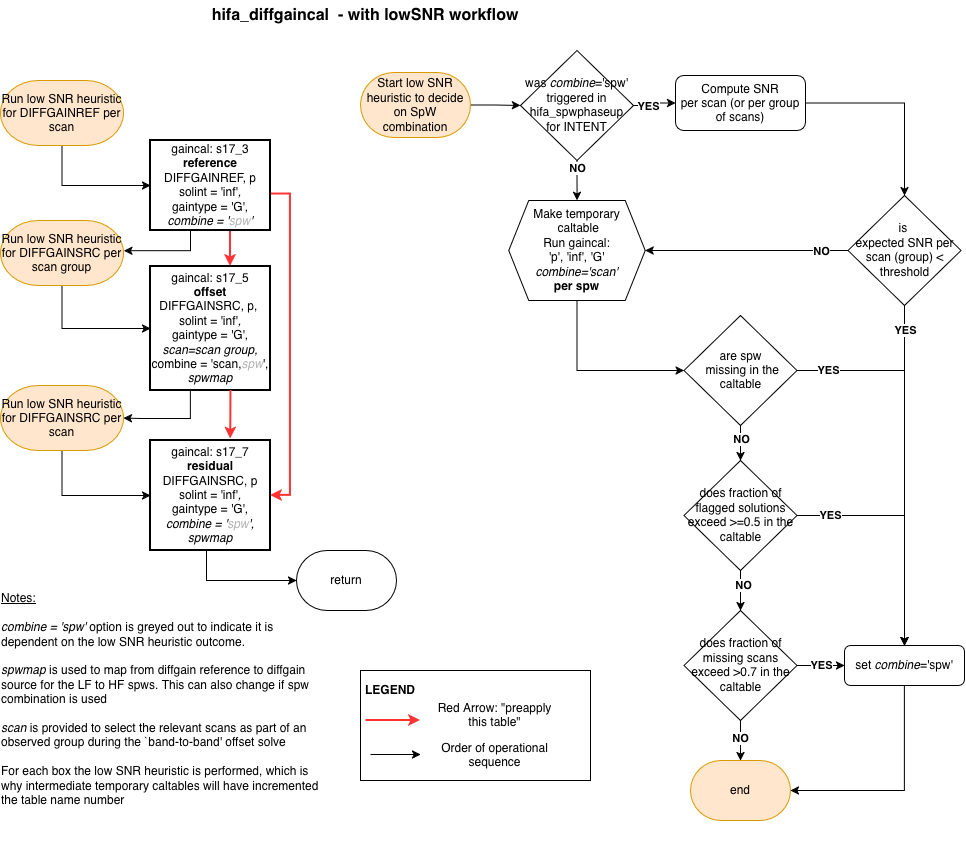
Before: docs/source/figures/PL2027_hifa_diffgaincal_incHeuristic_lowSNR.png, a diagram exported from draw.io (ra-pipeline/pipeline). Source tidied: cells renumbered, new cells last; positions are measured from the earlier drawing's top-left corner, leaving out a move shared by most shapes. The source it was exported from:
```xml
<mxGraphModel>
  <root>
    <mxCell id="0" />
    <mxCell id="1" parent="0" />
    <mxCell id="2" style="edgeStyle=orthogonalEdgeStyle;rounded=0;jettySize=auto;html=1;entryX=1;entryY=0.5;entryDx=0;entryDy=0;exitX=0.992;exitY=0.596;exitDx=0;exitDy=0;exitPerimeter=0;strokeWidth=2;strokeColor=#FF3333;" parent="1" edge="1" source="5" target="44">
      <mxGeometry relative="1" as="geometry" />
    </mxCell>
    <mxCell id="3" style="edgeStyle=orthogonalEdgeStyle;rounded=0;jettySize=auto;html=1;entryX=1.003;entryY=0.464;entryDx=0;entryDy=0;entryPerimeter=0;" parent="1" edge="1" source="5" target="50">
      <mxGeometry relative="1" as="geometry">
        <Array as="points">
          <mxPoint x="190" y="250" />
        </Array>
      </mxGeometry>
    </mxCell>
    <mxCell id="4" style="edgeStyle=orthogonalEdgeStyle;rounded=0;jettySize=auto;html=1;strokeWidth=2;strokeColor=#FF3333;" parent="1" edge="1" source="5" target="42">
      <mxGeometry relative="1" as="geometry">
        <Array as="points">
          <mxPoint x="230" y="250" />
          <mxPoint x="230" y="250" />
        </Array>
      </mxGeometry>
    </mxCell>
    <mxCell id="5" value="&lt;div&gt;gaincal: s17_3&lt;/div&gt;&lt;div&gt;&lt;b&gt;reference&lt;/b&gt;&lt;br&gt;&lt;/div&gt;&lt;div&gt;DIFFGAINREF, p&lt;/div&gt;&lt;div&gt;solint&lt;i&gt; &lt;/i&gt;= 'inf'&lt;i&gt;, &lt;br&gt;&lt;/i&gt;&lt;/div&gt;&lt;div&gt;gaintype&lt;i&gt; &lt;/i&gt;= 'G',&lt;/div&gt;&lt;div&gt;&lt;i&gt;combine = '&lt;span style=&quot;color: rgb(179, 179, 179);&quot;&gt;spw&lt;/span&gt;' &lt;/i&gt;&lt;/div&gt;" style="rounded=0;whiteSpace=wrap;html=1;strokeWidth=2;" parent="1" vertex="1">
      <mxGeometry x="150" y="140" width="120" height="90" as="geometry" />
    </mxCell>
    <mxCell id="6" value="return" style="strokeWidth=1;html=1;shape=mxgraph.flowchart.terminator;whiteSpace=wrap;" parent="1" vertex="1">
      <mxGeometry x="296" y="550" width="100" height="60" as="geometry" />
    </mxCell>
    <mxCell id="7" style="edgeStyle=orthogonalEdgeStyle;rounded=0;jettySize=auto;html=1;entryX=0;entryY=0.5;entryDx=0;entryDy=0;entryPerimeter=0;" parent="1" edge="1" target="6">
      <mxGeometry relative="1" as="geometry">
        <mxPoint x="206" y="550" as="sourcePoint" />
        <Array as="points">
          <mxPoint x="206" y="580" />
        </Array>
      </mxGeometry>
    </mxCell>
    <mxCell id="8" value="&lt;div align=&quot;left&quot;&gt;&lt;u&gt;Notes:&lt;/u&gt;&lt;/div&gt;&lt;div&gt;&lt;u&gt;&lt;br&gt;&lt;/u&gt;&lt;/div&gt;&lt;div align=&quot;left&quot;&gt;&lt;i&gt;combine = 'spw'&lt;/i&gt; option is greyed out to indicate it is dependent on the low SNR heuristic outcome.&lt;/div&gt;&lt;div align=&quot;left&quot;&gt;&lt;br&gt;&lt;/div&gt;&lt;div align=&quot;left&quot;&gt;&lt;i&gt;spwmap&lt;/i&gt; is used to map from diffgain reference to diffgain source for the LF to HF spws. This can also change if spw combination is used&lt;br&gt;&lt;/div&gt;&lt;div align=&quot;left&quot;&gt;&lt;br&gt;&lt;/div&gt;&lt;div align=&quot;left&quot;&gt;&lt;i&gt;scan &lt;/i&gt;is provided to select the relevant scans as part of an observed group during the `band-to-band' offset solve&lt;/div&gt;&lt;div align=&quot;left&quot;&gt;&lt;br&gt;&lt;/div&gt;&lt;div align=&quot;left&quot;&gt;For each box the low SNR heuristic is performed, which is why intermediate temporary caltables will have incremented the table name number&lt;div align=&quot;left&quot;&gt;&lt;i&gt;&lt;br&gt;&lt;/i&gt;&lt;/div&gt;&lt;div align=&quot;left&quot;&gt;&lt;br&gt;&lt;/div&gt;&lt;div align=&quot;left&quot;&gt;&lt;br&gt;&lt;/div&gt;&lt;div align=&quot;left&quot;&gt;&lt;br&gt;&lt;/div&gt;&lt;/div&gt;" style="text;html=1;align=center;verticalAlign=middle;whiteSpace=wrap;rounded=0;" parent="1" vertex="1">
      <mxGeometry y="635" width="330" height="185" as="geometry" />
    </mxCell>
    <mxCell id="9" style="edgeStyle=orthogonalEdgeStyle;rounded=0;jettySize=auto;html=1;" parent="1" edge="1" source="13" target="17">
      <mxGeometry relative="1" as="geometry" />
    </mxCell>
    <mxCell id="10" value="&lt;b&gt;YES&lt;/b&gt;" style="edgeLabel;html=1;align=center;verticalAlign=middle;" parent="9" vertex="1">
      <mxGeometry x="-0.22" y="-3" relative="1" as="geometry">
        <mxPoint x="-3" y="-3" as="offset" />
      </mxGeometry>
    </mxCell>
    <mxCell id="11" style="edgeStyle=orthogonalEdgeStyle;rounded=0;jettySize=auto;html=1;" parent="1" edge="1" source="13" target="24">
      <mxGeometry relative="1" as="geometry" />
    </mxCell>
    <mxCell id="12" value="&lt;b&gt;NO&lt;/b&gt;" style="edgeLabel;html=1;align=center;verticalAlign=middle;" parent="11" vertex="1">
      <mxGeometry x="-0.64" relative="1" as="geometry" />
    </mxCell>
    <mxCell id="13" value="&lt;div&gt;was &lt;i&gt;combine&lt;/i&gt;='spw' triggered in hifa_spwphaseup&lt;/div&gt;&lt;div&gt;for INTENT&lt;br&gt;&lt;/div&gt;" style="rhombus;whiteSpace=wrap;html=1;" parent="1" vertex="1">
      <mxGeometry x="520" y="50" width="113" height="110" as="geometry" />
    </mxCell>
    <mxCell id="14" style="edgeStyle=orthogonalEdgeStyle;rounded=0;jettySize=auto;html=1;" parent="1" edge="1" source="15" target="13">
      <mxGeometry relative="1" as="geometry" />
    </mxCell>
    <mxCell id="15" value="Start low SNR heuristic to decide on SpW combination" style="strokeWidth=1;html=1;shape=mxgraph.flowchart.terminator;whiteSpace=wrap;fillColor=#ffe6cc;strokeColor=#d79b00;" parent="1" vertex="1">
      <mxGeometry x="360" y="72" width="110" height="65" as="geometry" />
    </mxCell>
    <mxCell id="16" style="edgeStyle=orthogonalEdgeStyle;rounded=0;jettySize=auto;html=1;" parent="1" edge="1" source="17" target="22">
      <mxGeometry relative="1" as="geometry" />
    </mxCell>
    <mxCell id="17" value="&lt;div&gt;Compute SNR &lt;br&gt;&lt;/div&gt;&lt;div&gt;per scan (or per group of scans)&lt;br&gt;&lt;/div&gt;" style="rounded=1;whiteSpace=wrap;html=1;fontSize=12;glass=0;strokeWidth=1;shadow=0;" parent="1" vertex="1">
      <mxGeometry x="675" y="75" width="130" height="55" as="geometry" />
    </mxCell>
    <mxCell id="18" style="edgeStyle=orthogonalEdgeStyle;rounded=0;jettySize=auto;html=1;" parent="1" edge="1" source="22" target="24">
      <mxGeometry relative="1" as="geometry" />
    </mxCell>
    <mxCell id="19" value="&lt;b&gt;NO&lt;/b&gt;" style="edgeLabel;html=1;align=center;verticalAlign=middle;" parent="18" vertex="1">
      <mxGeometry x="-0.65" y="3" relative="1" as="geometry">
        <mxPoint x="8" y="-3" as="offset" />
      </mxGeometry>
    </mxCell>
    <mxCell id="20" style="edgeStyle=orthogonalEdgeStyle;rounded=0;jettySize=auto;html=1;" parent="1" edge="1" source="22" target="25">
      <mxGeometry relative="1" as="geometry" />
    </mxCell>
    <mxCell id="21" value="&lt;b&gt;YES&lt;/b&gt;" style="edgeLabel;html=1;align=center;verticalAlign=middle;" parent="20" vertex="1">
      <mxGeometry x="-0.86" relative="1" as="geometry" />
    </mxCell>
    <mxCell id="22" value="&lt;div&gt;is&amp;nbsp;&lt;/div&gt;&lt;div&gt;expected SNR per scan (group) &amp;lt; threshold&lt;/div&gt;" style="rhombus;whiteSpace=wrap;html=1;" parent="1" vertex="1">
      <mxGeometry x="847.5" y="195" width="113" height="110" as="geometry" />
    </mxCell>
    <mxCell id="23" style="edgeStyle=orthogonalEdgeStyle;rounded=0;jettySize=auto;html=1;exitX=0.5;exitY=1;exitDx=0;exitDy=0;entryX=0;entryY=0.5;entryDx=0;entryDy=0;" parent="1" edge="1" source="24" target="30">
      <mxGeometry relative="1" as="geometry" />
    </mxCell>
    <mxCell id="24" value="&lt;div&gt;Make temporary&lt;/div&gt;&lt;div&gt;&amp;nbsp;caltable&lt;br&gt;&lt;/div&gt;&lt;div&gt;Run gaincal:&lt;/div&gt;&lt;div&gt;'p', 'inf', 'G'&lt;/div&gt;&lt;div&gt;&lt;i&gt;combine='scan'&lt;/i&gt;&lt;br&gt;&lt;/div&gt;&lt;div&gt;&lt;b&gt;per spw&lt;/b&gt;&lt;br&gt;&lt;/div&gt;" style="shape=hexagon;perimeter=hexagonPerimeter2;whiteSpace=wrap;html=1;fixedSize=1;" parent="1" vertex="1">
      <mxGeometry x="508.2" y="200" width="136.5" height="100" as="geometry" />
    </mxCell>
    <mxCell id="25" value="set &lt;i&gt;combine&lt;/i&gt;='spw'" style="rounded=1;whiteSpace=wrap;html=1;fontSize=12;glass=0;strokeWidth=1;shadow=0;" parent="1" vertex="1">
      <mxGeometry x="844" y="645" width="120" height="40" as="geometry" />
    </mxCell>
    <mxCell id="26" style="edgeStyle=orthogonalEdgeStyle;rounded=0;jettySize=auto;html=1;" parent="1" edge="1" source="30" target="35">
      <mxGeometry relative="1" as="geometry" />
    </mxCell>
    <mxCell id="27" value="&lt;b&gt;NO&lt;/b&gt;" style="edgeLabel;html=1;align=center;verticalAlign=middle;" parent="26" vertex="1">
      <mxGeometry x="-0.42" relative="1" as="geometry" />
    </mxCell>
    <mxCell id="28" style="edgeStyle=orthogonalEdgeStyle;rounded=0;jettySize=auto;html=1;entryX=0.5;entryY=0;entryDx=0;entryDy=0;" parent="1" edge="1" source="30" target="25">
      <mxGeometry relative="1" as="geometry">
        <Array as="points">
          <mxPoint x="904" y="370" />
        </Array>
      </mxGeometry>
    </mxCell>
    <mxCell id="29" value="&lt;b&gt;YES&lt;/b&gt;" style="edgeLabel;html=1;align=center;verticalAlign=middle;" parent="28" vertex="1">
      <mxGeometry x="-0.84" y="1" relative="1" as="geometry" />
    </mxCell>
    <mxCell id="30" value="&lt;div&gt;are spw&lt;/div&gt;&lt;div&gt;&amp;nbsp;missing in the caltable&lt;/div&gt;" style="rhombus;whiteSpace=wrap;html=1;" parent="1" vertex="1">
      <mxGeometry x="683.5" y="315" width="113" height="110" as="geometry" />
    </mxCell>
    <mxCell id="31" style="edgeStyle=orthogonalEdgeStyle;rounded=0;jettySize=auto;html=1;" parent="1" edge="1" source="35" target="39">
      <mxGeometry relative="1" as="geometry" />
    </mxCell>
    <mxCell id="32" value="&lt;b&gt;NO&lt;/b&gt;" style="edgeLabel;html=1;align=center;verticalAlign=middle;" parent="31" vertex="1">
      <mxGeometry x="-0.31" y="2" relative="1" as="geometry" />
    </mxCell>
    <mxCell id="33" style="edgeStyle=orthogonalEdgeStyle;rounded=0;jettySize=auto;html=1;entryX=0.5;entryY=0;entryDx=0;entryDy=0;" parent="1" edge="1" source="35" target="25">
      <mxGeometry relative="1" as="geometry">
        <Array as="points">
          <mxPoint x="904" y="515" />
        </Array>
      </mxGeometry>
    </mxCell>
    <mxCell id="34" value="&lt;b&gt;YES&lt;/b&gt;" style="edgeLabel;html=1;align=center;verticalAlign=middle;" parent="33" vertex="1">
      <mxGeometry x="-0.72" y="1" relative="1" as="geometry" />
    </mxCell>
    <mxCell id="35" value="does fraction of flagged solutions exceed &amp;gt;=0.5 in the caltable" style="rhombus;whiteSpace=wrap;html=1;" parent="1" vertex="1">
      <mxGeometry x="683.5" y="460" width="113" height="110" as="geometry" />
    </mxCell>
    <mxCell id="36" value="&lt;b&gt;YES&lt;/b&gt;" style="edgeStyle=orthogonalEdgeStyle;rounded=0;jettySize=auto;html=1;" parent="1" edge="1" source="39" target="25">
      <mxGeometry relative="1" as="geometry" />
    </mxCell>
    <mxCell id="37" style="edgeStyle=orthogonalEdgeStyle;rounded=0;jettySize=auto;html=1;" parent="1" edge="1" source="39" target="40">
      <mxGeometry relative="1" as="geometry" />
    </mxCell>
    <mxCell id="38" value="&lt;b&gt;NO&lt;/b&gt;" style="edgeLabel;html=1;align=center;verticalAlign=middle;" parent="37" vertex="1">
      <mxGeometry x="-0.16" y="-1" relative="1" as="geometry" />
    </mxCell>
    <mxCell id="39" value="does fraction of missing scans exceed &amp;gt;0.7 in the caltable" style="rhombus;whiteSpace=wrap;html=1;" parent="1" vertex="1">
      <mxGeometry x="683.5" y="610" width="113" height="110" as="geometry" />
    </mxCell>
    <mxCell id="40" value="end" style="strokeWidth=1;html=1;shape=mxgraph.flowchart.terminator;whiteSpace=wrap;fillColor=#ffe6cc;strokeColor=#d79b00;" parent="1" vertex="1">
      <mxGeometry x="690" y="760" width="100" height="60" as="geometry" />
    </mxCell>
    <mxCell id="41" style="edgeStyle=orthogonalEdgeStyle;rounded=0;jettySize=auto;html=1;entryX=1;entryY=0.5;entryDx=0;entryDy=0;entryPerimeter=0;" parent="1" edge="1" source="25" target="40">
      <mxGeometry relative="1" as="geometry">
        <Array as="points">
          <mxPoint x="904" y="790" />
        </Array>
      </mxGeometry>
    </mxCell>
    <mxCell id="42" value="&lt;div&gt;gaincal: s17_5&lt;/div&gt;&lt;div&gt;&lt;b&gt;offset&lt;/b&gt;&lt;br&gt;&lt;/div&gt;&lt;div&gt;DIFFGAINSRC, p,&amp;nbsp; solint&lt;i&gt; &lt;/i&gt;= 'inf'&lt;i&gt;, &lt;br&gt;&lt;/i&gt;&lt;/div&gt;&lt;div&gt;gaintype&lt;i&gt; &lt;/i&gt;= 'G',&lt;i&gt; scan=scan group,&lt;/i&gt;&lt;br&gt;&lt;/div&gt;&lt;div&gt;combine = 'scan,&lt;i&gt;&lt;span style=&quot;color: rgb(179, 179, 179);&quot;&gt;spw&lt;/span&gt;&lt;/i&gt;',&lt;/div&gt;&lt;div&gt;&lt;i&gt;spwmap&lt;/i&gt;&lt;br&gt;&lt;i&gt; &lt;/i&gt;&lt;/div&gt;" style="rounded=0;whiteSpace=wrap;html=1;strokeWidth=2;" parent="1" vertex="1">
      <mxGeometry x="150" y="266" width="120" height="124" as="geometry" />
    </mxCell>
    <mxCell id="43" style="edgeStyle=orthogonalEdgeStyle;rounded=0;orthogonalLoop=1;jettySize=auto;html=1;exitX=0.5;exitY=1;exitDx=0;exitDy=0;exitPerimeter=0;" parent="1" edge="1">
      <mxGeometry relative="1" as="geometry">
        <mxPoint x="105" y="590" as="sourcePoint" />
        <mxPoint x="105" y="590" as="targetPoint" />
      </mxGeometry>
    </mxCell>
    <mxCell id="44" value="&lt;div&gt;gaincal: s17_7&lt;/div&gt;&lt;div&gt;&lt;b&gt;residual&lt;/b&gt;&lt;br&gt;&lt;/div&gt;&lt;div&gt;DIFFGAINSRC, p&lt;/div&gt;&lt;div&gt;solint&lt;i&gt; &lt;/i&gt;= 'inf'&lt;i&gt;, &lt;br&gt;&lt;/i&gt;&lt;/div&gt;&lt;div&gt;gaintype&lt;i&gt; &lt;/i&gt;= 'G',&lt;/div&gt;&lt;div&gt;&lt;i&gt;combine = '&lt;span style=&quot;color: rgb(179, 179, 179);&quot;&gt;spw&lt;/span&gt;',&lt;/i&gt;&lt;/div&gt;&lt;div&gt;&lt;i&gt;spwmap&lt;/i&gt;&lt;br&gt;&lt;/div&gt;" style="rounded=0;whiteSpace=wrap;html=1;strokeWidth=2;" parent="1" vertex="1">
      <mxGeometry x="150" y="440" width="120" height="110" as="geometry" />
    </mxCell>
    <mxCell id="45" style="edgeStyle=orthogonalEdgeStyle;rounded=0;jettySize=auto;html=1;entryX=1;entryY=0.5;entryDx=0;entryDy=0;entryPerimeter=0;" parent="1" edge="1" target="52">
      <mxGeometry relative="1" as="geometry">
        <mxPoint x="190" y="390" as="sourcePoint" />
        <Array as="points">
          <mxPoint x="190" y="418" />
          <mxPoint x="140" y="418" />
        </Array>
      </mxGeometry>
    </mxCell>
    <mxCell id="46" style="edgeStyle=orthogonalEdgeStyle;rounded=0;jettySize=auto;html=1;strokeWidth=2;strokeColor=#FF3333;entryX=0.669;entryY=-0.033;entryDx=0;entryDy=0;entryPerimeter=0;exitX=0.671;exitY=1;exitDx=0;exitDy=0;exitPerimeter=0;" parent="1" edge="1" source="42">
      <mxGeometry relative="1" as="geometry">
        <mxPoint x="230.3" y="438.6" as="targetPoint" />
      </mxGeometry>
    </mxCell>
    <mxCell id="47" style="edgeStyle=orthogonalEdgeStyle;rounded=0;jettySize=auto;html=1;entryX=0;entryY=0.5;entryDx=0;entryDy=0;exitX=0.5;exitY=1;exitDx=0;exitDy=0;exitPerimeter=0;" parent="1" edge="1" source="48" target="5">
      <mxGeometry relative="1" as="geometry" />
    </mxCell>
    <mxCell id="48" value="Run low SNR heuristic for DIFFGAINREF per scan" style="strokeWidth=1;html=1;shape=mxgraph.flowchart.terminator;whiteSpace=wrap;fillColor=#ffe6cc;strokeColor=#d79b00;" parent="1" vertex="1">
      <mxGeometry y="80" width="123" height="65" as="geometry" />
    </mxCell>
    <mxCell id="49" style="edgeStyle=orthogonalEdgeStyle;rounded=0;jettySize=auto;html=1;entryX=0;entryY=0.5;entryDx=0;entryDy=0;exitX=0.5;exitY=1;exitDx=0;exitDy=0;exitPerimeter=0;" parent="1" edge="1" source="50" target="42">
      <mxGeometry relative="1" as="geometry" />
    </mxCell>
    <mxCell id="50" value="Run low SNR heuristic for DIFFGAINSRC per scan group" style="strokeWidth=1;html=1;shape=mxgraph.flowchart.terminator;whiteSpace=wrap;fillColor=#ffe6cc;strokeColor=#d79b00;" parent="1" vertex="1">
      <mxGeometry y="220" width="123" height="65" as="geometry" />
    </mxCell>
    <mxCell id="51" style="edgeStyle=orthogonalEdgeStyle;rounded=0;jettySize=auto;html=1;entryX=0;entryY=0.5;entryDx=0;entryDy=0;exitX=0.5;exitY=1;exitDx=0;exitDy=0;exitPerimeter=0;" parent="1" edge="1" source="52" target="44">
      <mxGeometry relative="1" as="geometry" />
    </mxCell>
    <mxCell id="52" value="Run low SNR heuristic for DIFFGAINSRC per scan" style="strokeWidth=1;html=1;shape=mxgraph.flowchart.terminator;whiteSpace=wrap;fillColor=#ffe6cc;strokeColor=#d79b00;" parent="1" vertex="1">
      <mxGeometry y="385" width="123" height="65" as="geometry" />
    </mxCell>
    <mxCell id="53" style="group;" parent="1" vertex="1">
      <mxGeometry x="360" y="670" width="230" height="110" as="geometry" />
    </mxCell>
    <mxCell id="54" style="rounded=0;whiteSpace=wrap;html=1;" parent="53" vertex="1">
      <mxGeometry width="230" height="110" as="geometry" />
    </mxCell>
    <mxCell id="55" value="&lt;b&gt;LEGEND&lt;/b&gt;" style="text;html=1;align=center;verticalAlign=middle;whiteSpace=wrap;rounded=0;" parent="53" vertex="1">
      <mxGeometry y="5" width="60" height="30" as="geometry" />
    </mxCell>
    <mxCell id="56" style="edgeStyle=orthogonalEdgeStyle;rounded=0;orthogonalLoop=1;jettySize=auto;html=1;exitX=1.017;exitY=0.39;exitDx=0;exitDy=0;exitPerimeter=0;strokeWidth=2;strokeColor=#FF3333;" parent="53" edge="1">
      <mxGeometry relative="1" as="geometry">
        <mxPoint x="5.5" y="50" as="sourcePoint" />
        <mxPoint x="60" y="50" as="targetPoint" />
      </mxGeometry>
    </mxCell>
    <mxCell id="57" style="edgeStyle=orthogonalEdgeStyle;rounded=0;orthogonalLoop=1;jettySize=auto;html=1;" parent="53" edge="1">
      <mxGeometry relative="1" as="geometry">
        <mxPoint x="10" y="84" as="sourcePoint" />
        <mxPoint x="60" y="84" as="targetPoint" />
        <Array as="points">
          <mxPoint x="10" y="84" />
        </Array>
      </mxGeometry>
    </mxCell>
    <mxCell id="58" value="Red Arrow: &quot;preapply this table&quot;" style="text;html=1;align=center;verticalAlign=middle;whiteSpace=wrap;rounded=0;" parent="53" vertex="1">
      <mxGeometry x="72" y="30" width="125" height="30" as="geometry" />
    </mxCell>
    <mxCell id="59" value="Order of operational sequence" style="text;html=1;align=center;verticalAlign=middle;whiteSpace=wrap;rounded=0;" parent="53" vertex="1">
      <mxGeometry x="72" y="70" width="125" height="30" as="geometry" />
    </mxCell>
    <mxCell id="60" value="&lt;b&gt;&lt;font style=&quot;font-size: 16px;&quot;&gt;hifa_diffgaincal&amp;nbsp; - with lowSNR workflow&lt;/font&gt;&lt;/b&gt;" style="text;html=1;align=center;verticalAlign=middle;whiteSpace=wrap;rounded=0;" parent="1" vertex="1">
      <mxGeometry x="110" width="510" height="30" as="geometry" />
    </mxCell>
  </root>
</mxGraphModel>
```
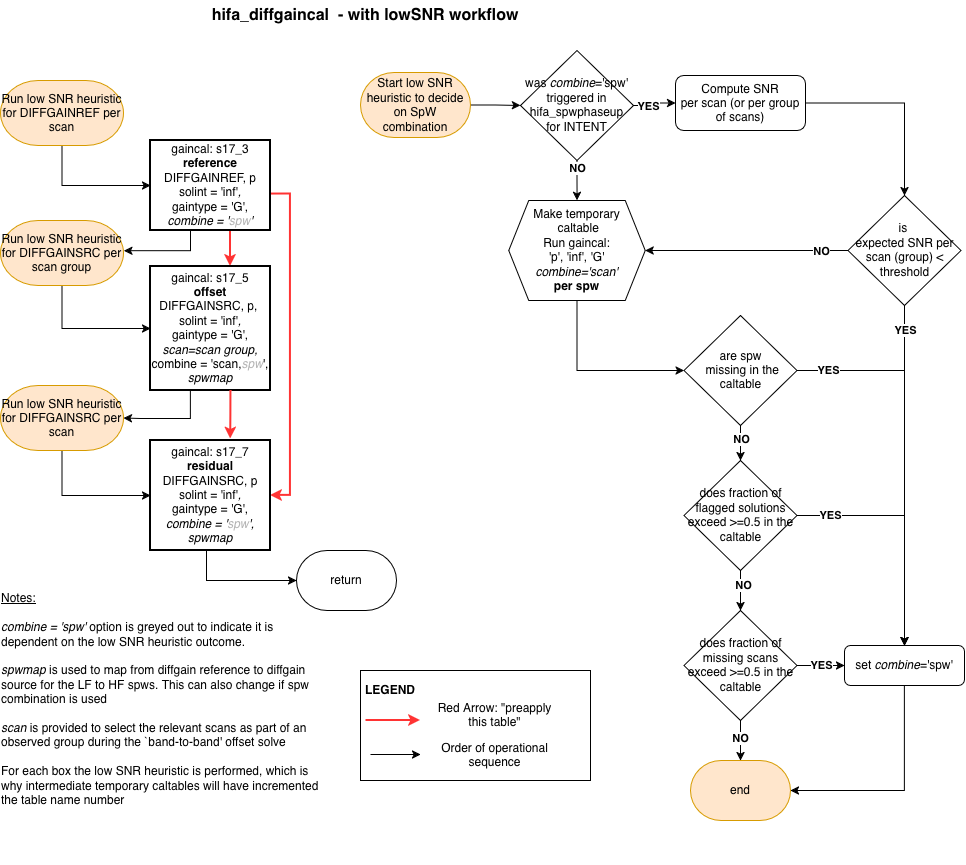
The same diagram one commit later.

Commit message:
PIPE-3301 correct figure change

Diff of the diagram source:
```diff
@@ -139,7 +139,7 @@
     <mxCell id="38" value="&lt;b&gt;NO&lt;/b&gt;" style="edgeLabel;html=1;align=center;verticalAlign=middle;" parent="37" vertex="1">
       <mxGeometry x="-0.16" y="-1" relative="1" as="geometry" />
     </mxCell>
-    <mxCell id="39" value="does fraction of missing scans exceed &amp;gt;0.7 in the caltable" style="rhombus;whiteSpace=wrap;html=1;" parent="1" vertex="1">
+    <mxCell id="39" value="does fraction of missing scans exceed &amp;gt;=0.5 in the caltable" style="rhombus;whiteSpace=wrap;html=1;" parent="1" vertex="1">
       <mxGeometry x="683.5" y="610" width="113" height="110" as="geometry" />
     </mxCell>
     <mxCell id="40" value="end" style="strokeWidth=1;html=1;shape=mxgraph.flowchart.terminator;whiteSpace=wrap;fillColor=#ffe6cc;strokeColor=#d79b00;" parent="1" vertex="1">
```
